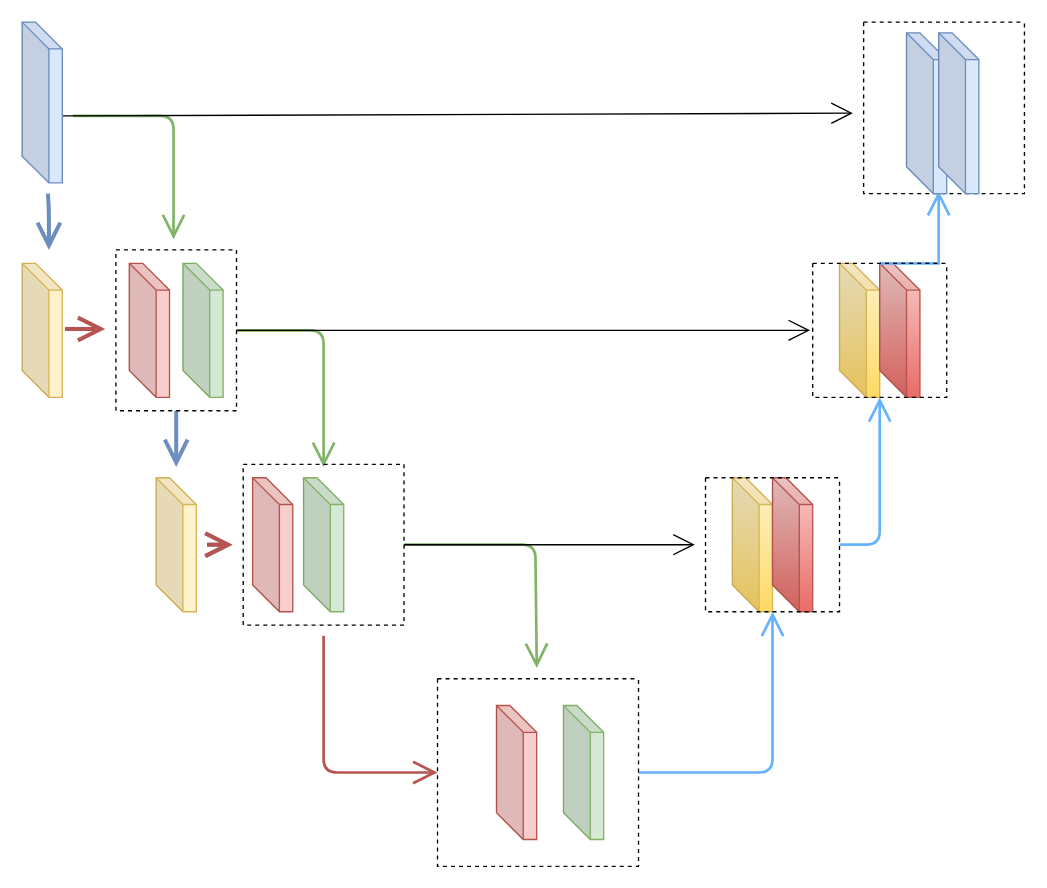
Before: page "Page-1" (1 of 3) of Untitled Diagram.drawio in zepherusqin/zepherusqin.github.io, a draw.io diagram. Source tidied: cells renumbered, new cells numbered last; positions are measured from the earlier drawing's top-left corner, leaving out a move shared by most shapes. Both pictures are drawn from the tidied source at 134%, with x=0, y=0 at pixel (21, 21). Pictures stored in the file or linked from it are replaced by grey dashed boxes.
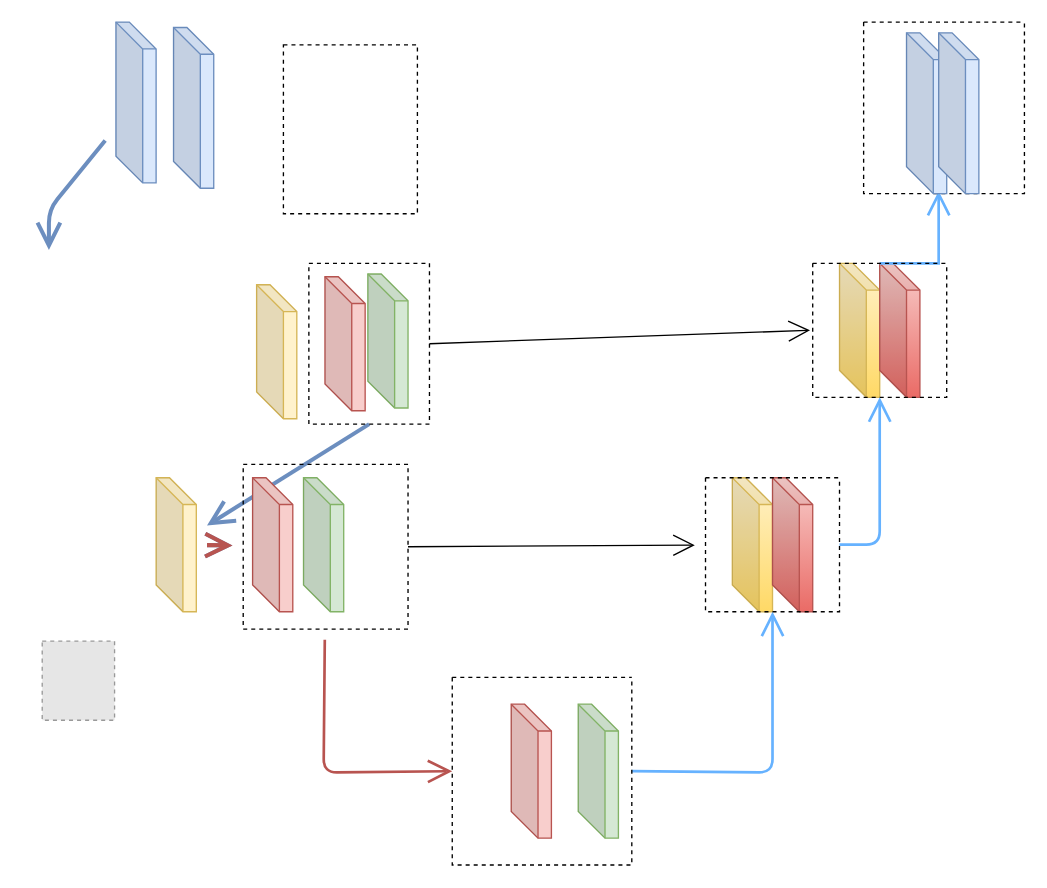
After the change.

Unchanged cells that the change refers to:
```xml
<mxCell id="19" style="shape=cube;whiteSpace=wrap;html=1;boundedLbl=1;backgroundOutline=1;darkOpacity=0.05;darkOpacity2=0.1;fillColor=#d5e8d4;strokeColor=#82b366;" parent="1" vertex="1">
  <mxGeometry x="210" y="340" width="30" height="100" as="geometry" />
</mxCell>
<mxCell id="36" style="swimlane;startSize=0;rounded=0;shadow=0;glass=0;dashed=1;sketch=0;hachureGap=4;fillColor=none;gradientDirection=south;" parent="1" vertex="1">
  <mxGeometry x="628" width="120" height="128" as="geometry" />
</mxCell>
```

Change to the diagram source:
```diff
@@
-    <mxCell id="2" style="edgeStyle=none;rounded=1;orthogonalLoop=1;jettySize=auto;html=1;endArrow=open;startSize=14;endSize=14;sourcePerimeterSpacing=8;targetPerimeterSpacing=8;strokeColor=#82b366;fillColor=#d5e8d4;strokeWidth=2;" parent="1" edge="1">
-      <mxGeometry relative="1" as="geometry">
-        <mxPoint x="38" y="70" as="sourcePoint" />
-        <mxPoint x="113" y="162" as="targetPoint" />
-        <Array as="points">
-          <mxPoint x="113" y="70" />
-        </Array>
-      </mxGeometry>
-    </mxCell>
@@
-    <mxCell id="4" style="edgeStyle=none;rounded=0;jettySize=auto;html=1;exitX=0;exitY=0;exitDx=30;exitDy=70;exitPerimeter=0;entryX=-0.067;entryY=0.531;entryDx=0;entryDy=0;entryPerimeter=0;endArrow=open;startSize=14;endSize=14;sourcePerimeterSpacing=8;targetPerimeterSpacing=8;strokeColor=default;strokeWidth=1;" parent="1" edge="1" source="5" target="36">
-      <mxGeometry relative="1" as="geometry" />
-    </mxCell>
     <mxCell id="5" style="shape=cube;whiteSpace=wrap;html=1;boundedLbl=1;backgroundOutline=1;darkOpacity=0.05;darkOpacity2=0.1;fillColor=#dae8fc;strokeColor=#6c8ebf;" parent="1" vertex="1">
-      <mxGeometry width="30" height="120" as="geometry" />
+      <mxGeometry x="70" width="30" height="120" as="geometry" />
     </mxCell>
-    <mxCell id="6" style="edgeStyle=none;rounded=1;jettySize=auto;html=1;endArrow=open;startSize=14;endSize=14;sourcePerimeterSpacing=8;targetPerimeterSpacing=8;strokeColor=#b85450;strokeWidth=3;fillColor=#f8cecc;exitX=1.067;exitY=0.49;exitDx=0;exitDy=0;exitPerimeter=0;" parent="1" edge="1" source="7">
-      <mxGeometry relative="1" as="geometry">
-        <mxPoint x="62" y="229" as="targetPoint" />
-      </mxGeometry>
-    </mxCell>
     <mxCell id="7" style="shape=cube;whiteSpace=wrap;html=1;boundedLbl=1;backgroundOutline=1;darkOpacity=0.05;darkOpacity2=0.1;fillColor=#fff2cc;strokeColor=#d6b656;" parent="1" vertex="1">
-      <mxGeometry y="180" width="30" height="100" as="geometry" />
+      <mxGeometry x="175" y="196" width="30" height="100" as="geometry" />
     </mxCell>
@@
     <mxCell id="9" style="shape=cube;whiteSpace=wrap;html=1;boundedLbl=1;backgroundOutline=1;darkOpacity=0.05;darkOpacity2=0.1;fillColor=#f8cecc;strokeColor=#b85450;" parent="1" vertex="1">
-      <mxGeometry x="80" y="180" width="30" height="100" as="geometry" />
+      <mxGeometry x="226" y="190" width="30" height="100" as="geometry" />
     </mxCell>
     <mxCell id="10" style="shape=cube;whiteSpace=wrap;html=1;boundedLbl=1;backgroundOutline=1;darkOpacity=0.05;darkOpacity2=0.1;fillColor=#d5e8d4;strokeColor=#82b366;" parent="1" vertex="1">
-      <mxGeometry x="120" y="180" width="30" height="100" as="geometry" />
+      <mxGeometry x="258" y="188" width="30" height="100" as="geometry" />
     </mxCell>
@@
-    <mxCell id="12" style="edgeStyle=none;rounded=1;jettySize=auto;html=1;exitX=1;exitY=0.5;exitDx=0;exitDy=0;endArrow=open;startSize=14;endSize=14;sourcePerimeterSpacing=8;targetPerimeterSpacing=8;strokeColor=#82B366;strokeWidth=2;" parent="1" edge="1" source="14" target="19">
-      <mxGeometry relative="1" as="geometry">
-        <Array as="points">
-          <mxPoint x="225" y="230" />
-        </Array>
-      </mxGeometry>
-    </mxCell>
@@
     <mxCell id="14" style="rounded=0;whiteSpace=wrap;html=1;hachureGap=4;shadow=0;glass=0;sketch=0;fillStyle=auto;fillColor=none;dashed=1;" parent="1" vertex="1">
-      <mxGeometry x="70" y="170" width="90" height="120" as="geometry" />
+      <mxGeometry x="214" y="180" width="90" height="120" as="geometry" />
     </mxCell>
@@
-    <mxCell id="21" style="edgeStyle=none;rounded=1;jettySize=auto;html=1;exitX=1;exitY=0.5;exitDx=0;exitDy=0;endArrow=open;startSize=14;endSize=14;sourcePerimeterSpacing=8;targetPerimeterSpacing=8;strokeColor=#82B366;strokeWidth=2;" parent="1" edge="1" source="24" target="26">
-      <mxGeometry relative="1" as="geometry">
-        <Array as="points">
-          <mxPoint x="383" y="390" />
-        </Array>
-      </mxGeometry>
-    </mxCell>
@@
     <mxCell id="24" style="whiteSpace=wrap;html=1;rounded=0;shadow=0;glass=0;dashed=1;sketch=0;hachureGap=4;fillColor=none;gradientDirection=south;" parent="1" vertex="1">
-      <mxGeometry x="165" y="330" width="120" height="120" as="geometry" />
+      <mxGeometry x="165" y="330" width="123" height="123" as="geometry" />
     </mxCell>
@@
     <mxCell id="26" style="swimlane;startSize=0;rounded=0;shadow=0;glass=0;dashed=1;sketch=0;hachureGap=4;fillColor=none;gradientDirection=south;" parent="1" vertex="1">
-      <mxGeometry x="310" y="490" width="150" height="140" as="geometry" />
+      <mxGeometry x="321" y="489" width="134" height="140" as="geometry" />
     </mxCell>
@@
+    <mxCell id="39" style="shape=cube;whiteSpace=wrap;html=1;boundedLbl=1;backgroundOutline=1;darkOpacity=0.05;darkOpacity2=0.1;fillColor=#dae8fc;strokeColor=#6c8ebf;" parent="1" vertex="1">
+      <mxGeometry x="113" y="4" width="30" height="120" as="geometry" />
+    </mxCell>
+    <mxCell id="40" style="rounded=0;whiteSpace=wrap;html=1;hachureGap=4;shadow=0;glass=0;sketch=0;fillStyle=auto;fillColor=none;dashed=1;" parent="1" vertex="1">
+      <mxGeometry x="195" y="17" width="100" height="126" as="geometry" />
+    </mxCell>
+    <mxCell id="41" style="fillColor=#E6E6E6;strokeColor=#999999;dashed=1;verticalLabelPosition=bottom;labelBackgroundColor=#ffffff;verticalAlign=top;" parent="1" vertex="1">
+      <mxGeometry x="15" y="462" width="54" height="59" as="geometry" />
+    </mxCell>
```
